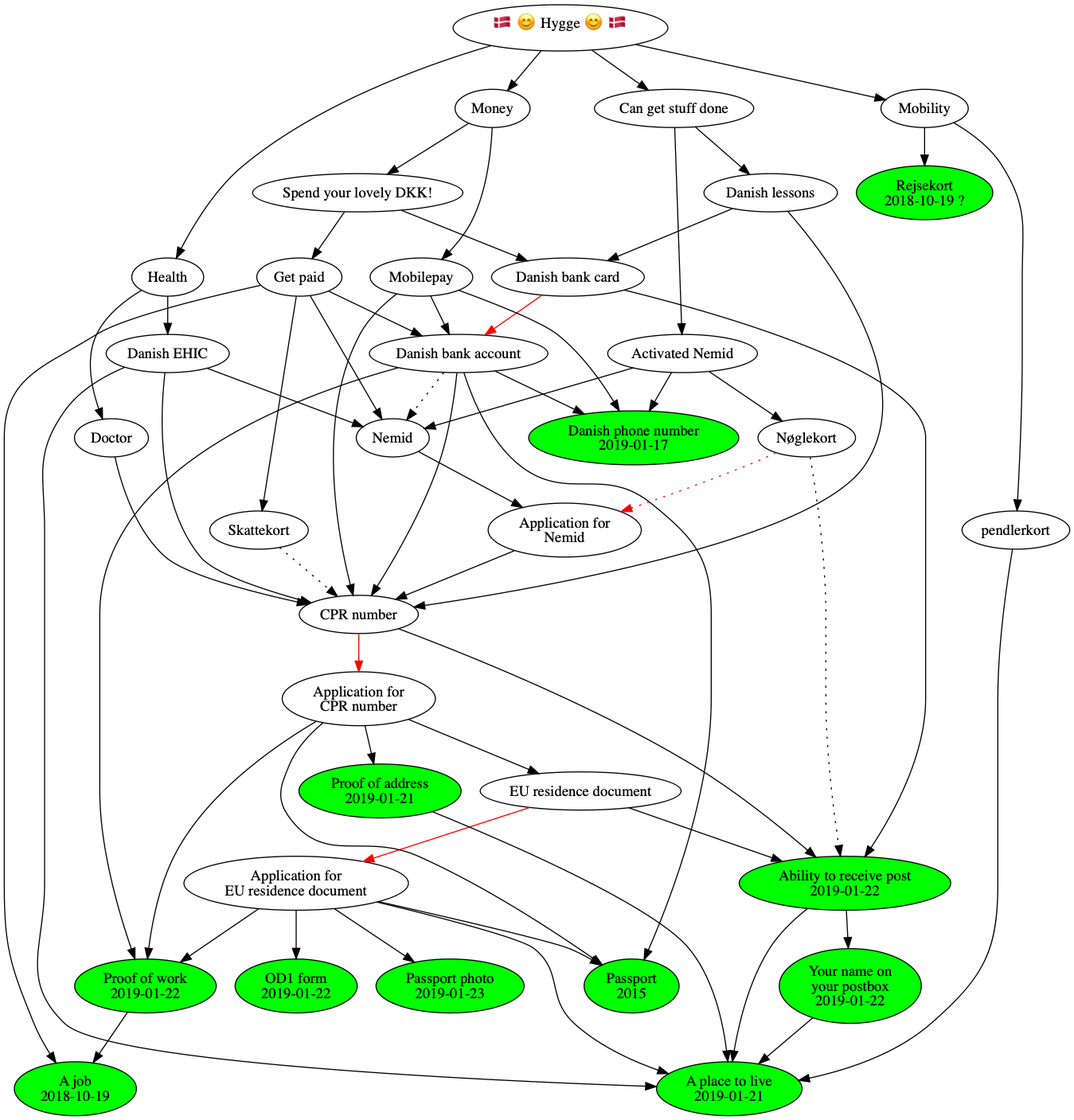
The Graphviz diagram flytter-til-danmark.png in NoahBohme/emigrerer-til-danmark, before a commit. Its source is kept beside it as flytter-til-danmark.dot.
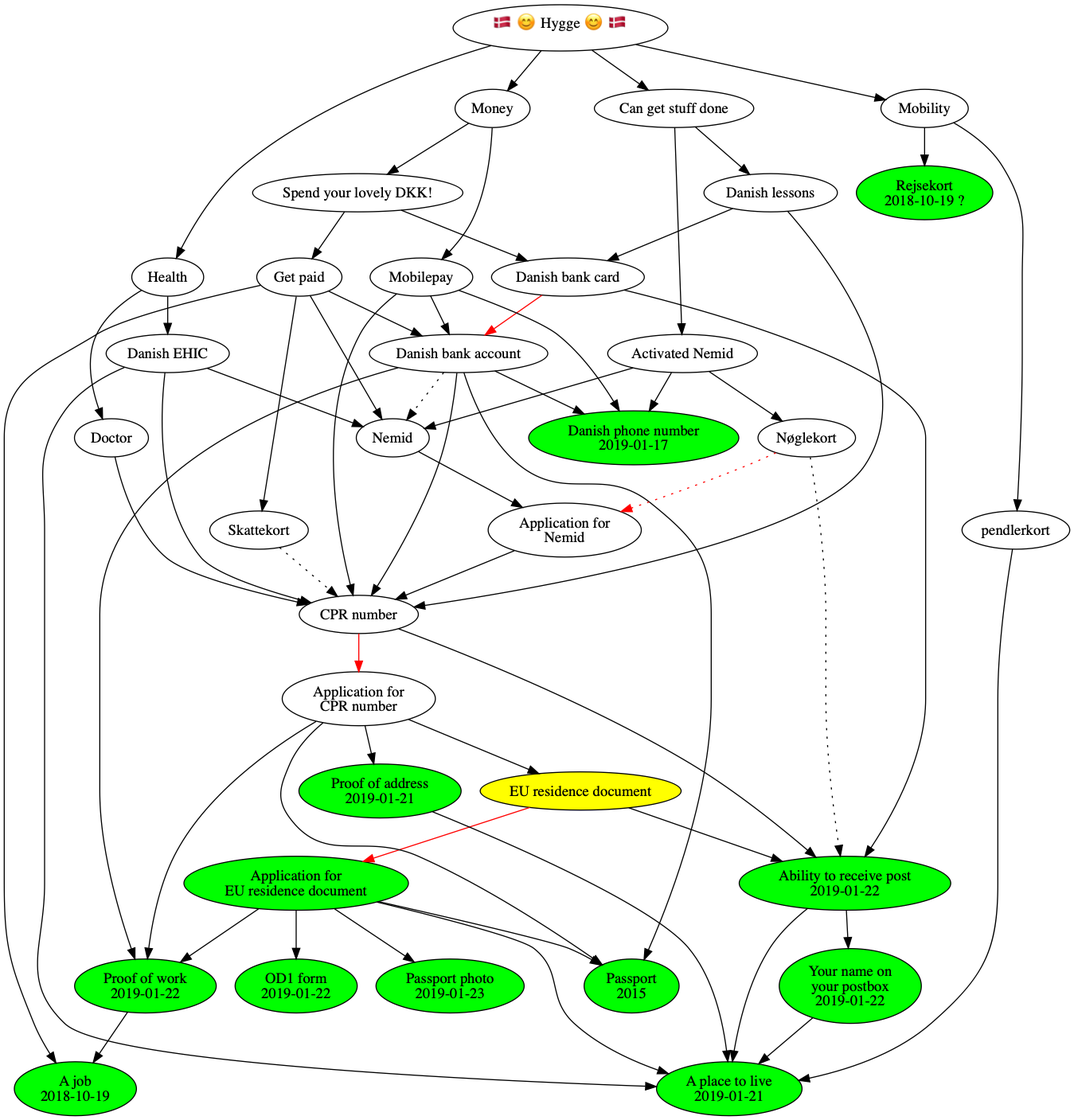
Above is the later version.

Diff of the diagram source:
```diff
@@ -20,7 +20,7 @@
   pendlerkort
   pendlerkort -> place_to_live
 
-  eu_residence_document_application [ label="Application for\nEU residence document" ]
+  eu_residence_document_application [ label="Application for\nEU residence document" style=filled fillcolor=green ]
   eu_residence_document_application -> place_to_live
   eu_residence_document_application -> proof_of_work
   eu_residence_document_application -> passport
@@ -29,7 +29,7 @@
   passport_photo [ label="Passport photo\n2019-01-23" style=filled fillcolor=green ]
   eu_residence_document_application -> passport_photo
 
-  eu_residence_document [ label="EU residence document" ]
+  eu_residence_document [ label="EU residence document" style=filled fillcolor=yellow ]
   eu_residence_document -> eu_residence_document_application [ color="red" ]
   eu_residence_document -> can_receive_post
 
```
